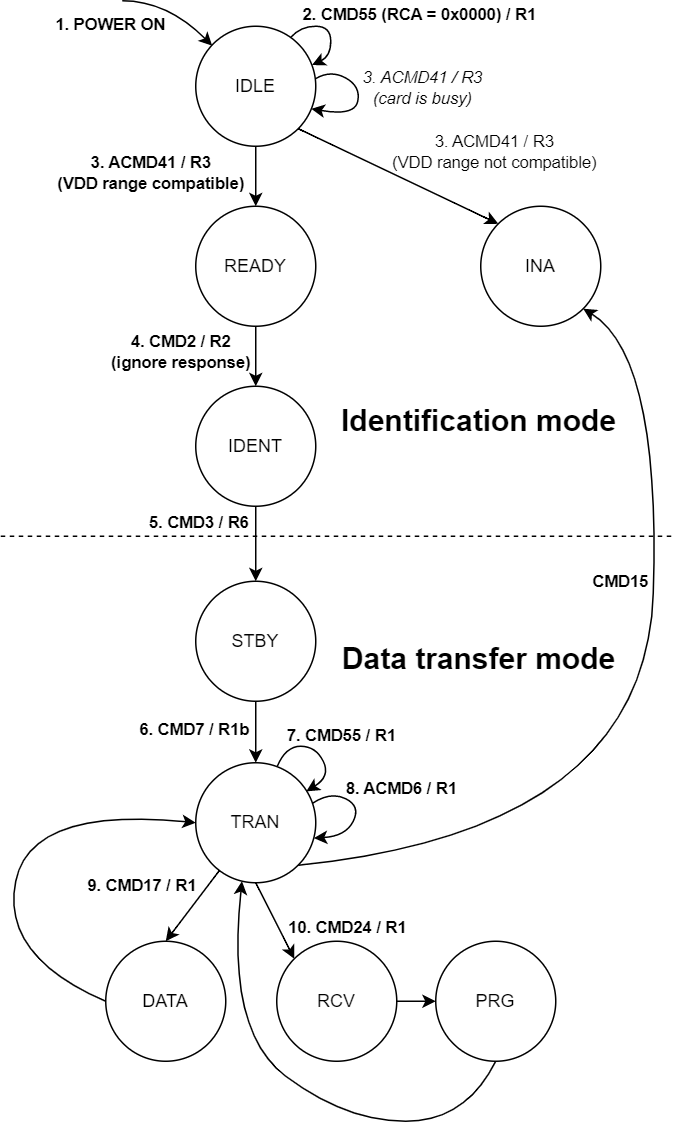
Before: docs/SD/SD_card_states.png, a diagram exported from draw.io (sirazenkov/GhostSD). Source tidied: cells renumbered, new cells last; positions are measured from the earlier drawing's top-left corner, leaving out a move shared by most shapes.
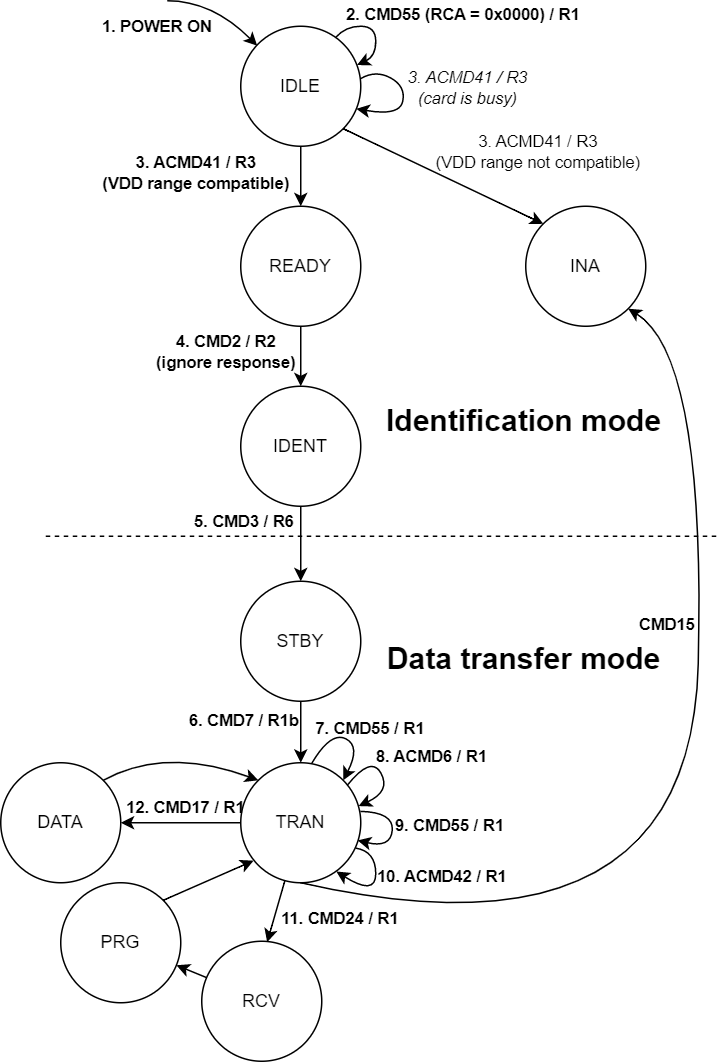
The same diagram one commit later.

Commit message:
Added ACMD42 command on diagram and ACMD41 cycle

Diff of the diagram source:
```diff
@@ -116,96 +116,116 @@
     </mxCell>
     <mxCell id="26" value="&lt;span style=&quot;font-size: 11px;&quot;&gt;&lt;b&gt;6. CMD7 / R1b&lt;/b&gt;&lt;/span&gt;" style="edgeLabel;html=1;align=center;verticalAlign=middle;fontSize=20;labelBackgroundColor=none;" parent="25" vertex="1">
       <mxGeometry x="0.56" y="1" relative="1" as="geometry">
-        <mxPoint x="-43" y="-18" as="offset" />
+        <mxPoint x="-40" y="-24" as="offset" />
       </mxGeometry>
     </mxCell>
-    <mxCell id="27" style="curved=1;endArrow=classic;html=1;rounded=0;exitX=0.792;exitY=0.092;exitDx=0;exitDy=0;exitPerimeter=0;entryX=0.921;entryY=0.239;entryDx=0;entryDy=0;entryPerimeter=0;" parent="1" edge="1" target="24">
+    <mxCell id="27" style="curved=1;endArrow=classic;html=1;rounded=0;exitX=0.792;exitY=0.092;exitDx=0;exitDy=0;exitPerimeter=0;entryX=1;entryY=0;entryDx=0;entryDy=0;" parent="1" edge="1" target="24">
       <mxGeometry relative="1" as="geometry">
-        <mxPoint x="184.4" y="510.4" as="sourcePoint" />
+        <mxPoint x="177.4" y="508.4" as="sourcePoint" />
         <Array as="points">
-          <mxPoint x="190" y="497" />
+          <mxPoint x="190" y="487" />
           <mxPoint x="210" y="497" />
-          <mxPoint x="220" y="517" />
         </Array>
       </mxGeometry>
     </mxCell>
     <mxCell id="28" value="&lt;b style=&quot;&quot;&gt;7. CMD55 / R1&lt;/b&gt;" style="edgeLabel;html=1;align=center;verticalAlign=middle;labelBackgroundColor=none;" parent="27" vertex="1">
       <mxGeometry x="-0.1" y="-1" relative="1" as="geometry">
-        <mxPoint x="17" y="-9" as="offset" />
+        <mxPoint x="19" y="-7" as="offset" />
       </mxGeometry>
     </mxCell>
-    <mxCell id="29" style="curved=1;endArrow=classic;html=1;rounded=0;exitX=0.197;exitY=0.898;exitDx=0;exitDy=0;entryX=0.5;entryY=0;entryDx=0;entryDy=0;exitPerimeter=0;" parent="1" edge="1" source="24" target="33">
+    <mxCell id="29" style="curved=1;endArrow=classic;html=1;rounded=0;exitX=0;exitY=0.5;exitDx=0;exitDy=0;entryX=1;entryY=0.5;entryDx=0;entryDy=0;" parent="1" edge="1" source="24" target="33">
       <mxGeometry relative="1" as="geometry" />
     </mxCell>
-    <mxCell id="30" value="&lt;b&gt;9. CMD17 / R1&lt;/b&gt;" style="edgeLabel;html=1;align=center;verticalAlign=middle;fontSize=11;labelBackgroundColor=none;" parent="29" vertex="1">
+    <mxCell id="30" value="&lt;b&gt;12. CMD17 / R1&lt;/b&gt;" style="edgeLabel;html=1;align=center;verticalAlign=middle;fontSize=11;labelBackgroundColor=none;" parent="29" vertex="1">
       <mxGeometry x="-0.38" relative="1" as="geometry">
-        <mxPoint x="-41" y="-5" as="offset" />
+        <mxPoint x="-14" y="-11" as="offset" />
       </mxGeometry>
     </mxCell>
-    <mxCell id="31" style="curved=1;endArrow=classic;html=1;rounded=0;exitX=0.985;exitY=0.613;exitDx=0;exitDy=0;exitPerimeter=0;entryX=0.984;entryY=0.628;entryDx=0;entryDy=0;entryPerimeter=0;" parent="1" edge="1" target="24">
+    <mxCell id="31" style="curved=1;endArrow=classic;html=1;rounded=0;exitX=0.926;exitY=0.237;exitDx=0;exitDy=0;exitPerimeter=0;entryX=0.982;entryY=0.361;entryDx=0;entryDy=0;entryPerimeter=0;" parent="1" edge="1" target="24">
       <mxGeometry relative="1" as="geometry">
-        <mxPoint x="207.8" y="535" as="sourcePoint" />
+        <mxPoint x="201.1" y="523" as="sourcePoint" />
         <Array as="points">
-          <mxPoint x="220" y="527" />
-          <mxPoint x="240" y="537" />
-          <mxPoint x="230" y="557" />
+          <mxPoint x="217" y="503" />
+          <mxPoint x="230" y="527" />
         </Array>
       </mxGeometry>
     </mxCell>
     <mxCell id="32" value="&lt;b style=&quot;&quot;&gt;8. ACMD6 / R1&lt;/b&gt;" style="edgeLabel;html=1;align=center;verticalAlign=middle;labelBackgroundColor=none;" parent="31" vertex="1">
       <mxGeometry x="-0.1" y="-1" relative="1" as="geometry">
-        <mxPoint x="28" y="-13" as="offset" />
+        <mxPoint x="36" y="-8" as="offset" />
       </mxGeometry>
     </mxCell>
     <mxCell id="33" value="DATA" style="ellipse;whiteSpace=wrap;html=1;" parent="1" vertex="1">
-      <mxGeometry x="70" y="627" width="80" height="80" as="geometry" />
+      <mxGeometry x="-30" y="508" width="80" height="80" as="geometry" />
     </mxCell>
-    <mxCell id="34" style="curved=1;endArrow=classic;html=1;rounded=0;fontSize=11;exitX=0;exitY=0.5;exitDx=0;exitDy=0;entryX=0;entryY=0.5;entryDx=0;entryDy=0;" parent="1" edge="1" source="33" target="24">
+    <mxCell id="34" style="curved=1;endArrow=classic;html=1;rounded=0;fontSize=11;exitX=1;exitY=0;exitDx=0;exitDy=0;entryX=0;entryY=0;entryDx=0;entryDy=0;" parent="1" edge="1" source="33" target="24">
       <mxGeometry relative="1" as="geometry">
         <Array as="points">
-          <mxPoint y="637" />
-          <mxPoint x="20" y="537" />
+          <mxPoint x="80" y="497" />
         </Array>
       </mxGeometry>
     </mxCell>
-    <mxCell id="35" style="edgeStyle=orthogonalEdgeStyle;rounded=0;jettySize=auto;html=1;fontSize=11;" parent="1" edge="1" source="36" target="39">
+    <mxCell id="35" style="rounded=0;jettySize=auto;html=1;fontSize=11;" parent="1" edge="1" source="36" target="39">
       <mxGeometry relative="1" as="geometry" />
     </mxCell>
     <mxCell id="36" value="RCV" style="ellipse;whiteSpace=wrap;html=1;" parent="1" vertex="1">
-      <mxGeometry x="184" y="627" width="80" height="80" as="geometry" />
+      <mxGeometry x="104" y="627" width="80" height="80" as="geometry" />
     </mxCell>
-    <mxCell id="37" style="curved=1;endArrow=classic;html=1;rounded=0;exitX=0.5;exitY=1;exitDx=0;exitDy=0;entryX=0;entryY=0;entryDx=0;entryDy=0;" parent="1" edge="1" source="24" target="36">
+    <mxCell id="37" style="curved=1;endArrow=classic;html=1;rounded=0;exitX=0.367;exitY=0.985;exitDx=0;exitDy=0;entryX=0.545;entryY=0.008;entryDx=0;entryDy=0;entryPerimeter=0;exitPerimeter=0;" parent="1" edge="1" source="24" target="36">
       <mxGeometry relative="1" as="geometry" />
     </mxCell>
-    <mxCell id="38" value="&lt;b&gt;10. CMD24 / R1&lt;/b&gt;" style="edgeLabel;html=1;align=center;verticalAlign=middle;fontSize=11;labelBackgroundColor=none;" parent="37" vertex="1">
+    <mxCell id="38" value="&lt;b&gt;11. CMD24 / R1&lt;/b&gt;" style="edgeLabel;html=1;align=center;verticalAlign=middle;fontSize=11;labelBackgroundColor=none;" parent="37" vertex="1">
       <mxGeometry x="-0.38" relative="1" as="geometry">
-        <mxPoint x="52" y="13" as="offset" />
+        <mxPoint x="40" y="11" as="offset" />
       </mxGeometry>
     </mxCell>
     <mxCell id="39" value="PRG" style="ellipse;whiteSpace=wrap;html=1;" parent="1" vertex="1">
-      <mxGeometry x="290" y="627" width="80" height="80" as="geometry" />
+      <mxGeometry x="10" y="588" width="80" height="80" as="geometry" />
     </mxCell>
-    <mxCell id="40" style="curved=1;endArrow=classic;html=1;rounded=0;fontSize=11;exitX=0.5;exitY=1;exitDx=0;exitDy=0;entryX=0.385;entryY=0.987;entryDx=0;entryDy=0;entryPerimeter=0;" parent="1" edge="1" source="39" target="24">
-      <mxGeometry relative="1" as="geometry">
-        <Array as="points">
-          <mxPoint x="310" y="747" />
-          <mxPoint x="230" y="747" />
-          <mxPoint x="150" y="687" />
-        </Array>
-      </mxGeometry>
+    <mxCell id="40" style="curved=1;endArrow=classic;html=1;rounded=0;fontSize=11;exitX=1;exitY=0;exitDx=0;exitDy=0;entryX=0.107;entryY=0.816;entryDx=0;entryDy=0;entryPerimeter=0;" parent="1" edge="1" source="39" target="24">
+      <mxGeometry relative="1" as="geometry" />
     </mxCell>
-    <mxCell id="41" style="curved=1;endArrow=classic;html=1;rounded=0;fontSize=11;exitX=1;exitY=1;exitDx=0;exitDy=0;entryX=1;entryY=1;entryDx=0;entryDy=0;" parent="1" edge="1" source="24" target="5">
+    <mxCell id="41" style="curved=1;endArrow=classic;html=1;rounded=0;fontSize=11;entryX=1;entryY=1;entryDx=0;entryDy=0;exitX=0.5;exitY=1;exitDx=0;exitDy=0;" parent="1" edge="1" source="24" target="5">
       <mxGeometry relative="1" as="geometry">
         <Array as="points">
-          <mxPoint x="430" y="553" />
+          <mxPoint x="430" y="647" />
           <mxPoint x="440" y="237" />
         </Array>
       </mxGeometry>
     </mxCell>
     <mxCell id="42" value="&lt;b&gt;CMD15&lt;/b&gt;" style="edgeLabel;html=1;align=center;verticalAlign=middle;fontSize=11;" parent="41" vertex="1">
       <mxGeometry x="0.35" relative="1" as="geometry">
-        <mxPoint x="-23" y="12" as="offset" />
+        <mxPoint x="-23" y="-1" as="offset" />
       </mxGeometry>
     </mxCell>
+    <mxCell id="43" style="curved=1;endArrow=classic;html=1;rounded=0;entryX=0.796;entryY=0.906;entryDx=0;entryDy=0;entryPerimeter=0;exitX=0.969;exitY=0.686;exitDx=0;exitDy=0;exitPerimeter=0;" parent="1" edge="1" target="24">
+      <mxGeometry relative="1" as="geometry">
+        <mxPoint x="206.5" y="564.9" as="sourcePoint" />
+        <Array as="points">
+          <mxPoint x="220" y="567" />
+          <mxPoint x="220" y="597" />
+        </Array>
+      </mxGeometry>
+    </mxCell>
+    <mxCell id="44" value="&lt;b style=&quot;&quot;&gt;10. ACMD42 / R1&lt;/b&gt;" style="edgeLabel;html=1;align=center;verticalAlign=middle;labelBackgroundColor=none;" parent="43" vertex="1">
+      <mxGeometry x="-0.1" y="-1" relative="1" as="geometry">
+        <mxPoint x="44" y="-4" as="offset" />
+      </mxGeometry>
+    </mxCell>
+    <mxCell id="45" style="curved=1;endArrow=classic;html=1;rounded=0;exitX=0.997;exitY=0.43;exitDx=0;exitDy=0;exitPerimeter=0;entryX=0.974;entryY=0.672;entryDx=0;entryDy=0;entryPerimeter=0;" parent="1" edge="1">
+      <mxGeometry relative="1" as="geometry">
+        <mxPoint x="209.8" y="540.4" as="sourcePoint" />
+        <mxPoint x="207.9" y="559.8" as="targetPoint" />
+        <Array as="points">
+          <mxPoint x="232" y="541" />
+          <mxPoint x="230" y="565" />
+        </Array>
+      </mxGeometry>
+    </mxCell>
+    <mxCell id="46" value="&lt;b style=&quot;&quot;&gt;9. CMD55 / R1&lt;/b&gt;" style="edgeLabel;html=1;align=center;verticalAlign=middle;labelBackgroundColor=none;" parent="45" vertex="1">
+      <mxGeometry x="-0.1" y="-1" relative="1" as="geometry">
+        <mxPoint x="38" y="-2" as="offset" />
+      </mxGeometry>
+    </mxCell>
   </root>
 </mxGraphModel>
```
